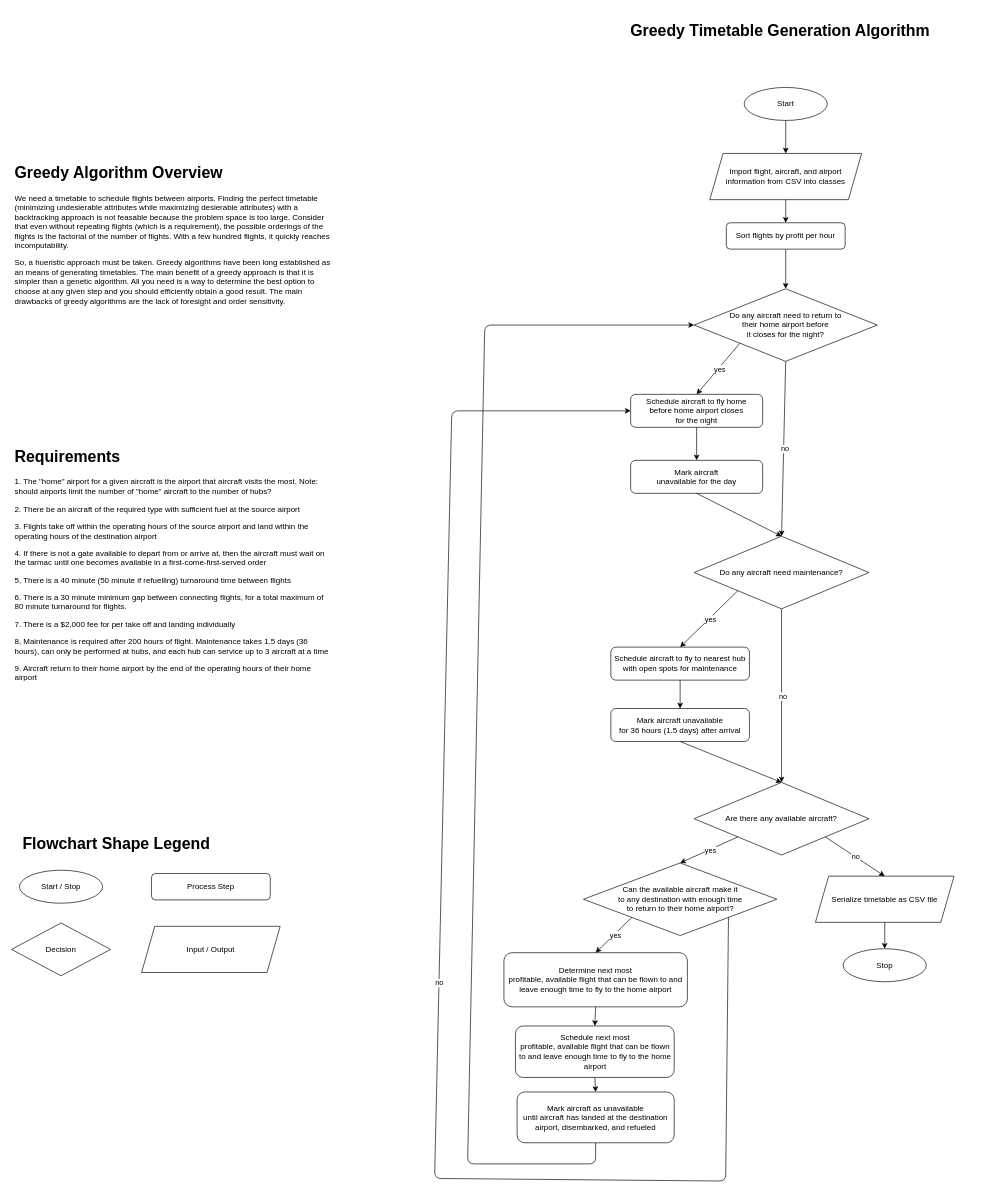
The draw.io diagram docs/diagrams/greedy_algorithm.drawio in CoreyMLawrence/Comfort-Airlines, before the edit. Source tidied: cells renumbered, new cells numbered last; positions are measured from the earlier drawing's top-left corner, leaving out a move shared by most shapes. Both pictures are drawn from the tidied source at 66%, with x=0, y=0 at pixel (11, 18).
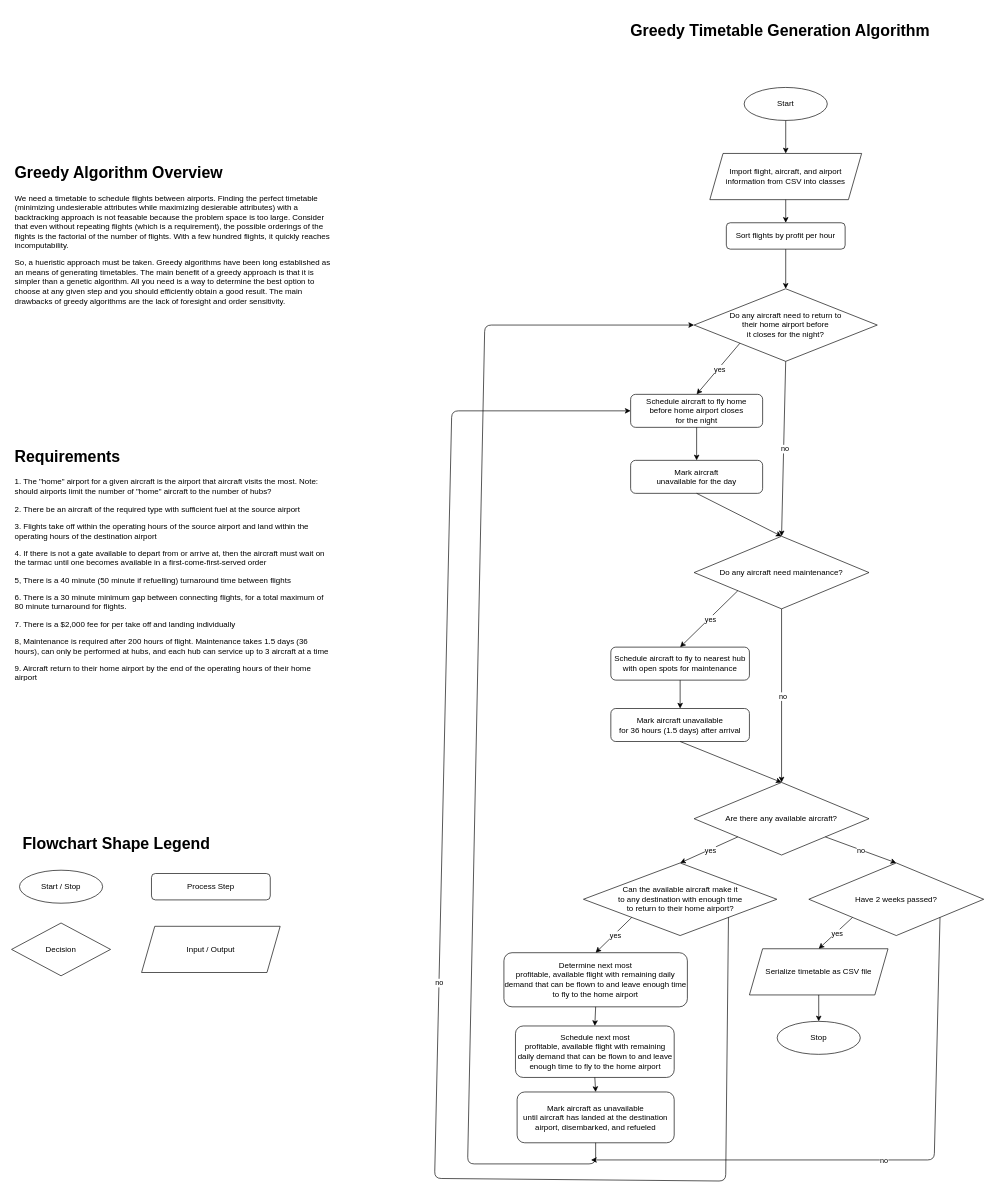
Above is the later version.

Commit message (it also covers changes not shown here):
wrote base algorithm

The change refers to these unchanged cells:
```xml
<mxCell id="13" value="Are there any available aircraft?" style="rhombus;whiteSpace=wrap;html=1;" parent="1" vertex="1">
  <mxGeometry x="1034.2" y="1158" width="265" height="110" as="geometry" />
</mxCell>
```

What changed in the source:
```diff
@@
     <mxCell id="14" value="Serialize timetable as CSV file" style="shape=parallelogram;perimeter=parallelogramPerimeter;whiteSpace=wrap;html=1;fixedSize=1;" parent="1" vertex="1">
-      <mxGeometry x="1218" y="1300" width="210" height="70" as="geometry" />
+      <mxGeometry x="1118" y="1410" width="210" height="70" as="geometry" />
     </mxCell>
     <mxCell id="15" value="Stop" style="ellipse;whiteSpace=wrap;html=1;" parent="1" vertex="1">
-      <mxGeometry x="1260" y="1410" width="126" height="50" as="geometry" />
+      <mxGeometry x="1160" y="1520" width="126" height="50" as="geometry" />
     </mxCell>
@@
-    <mxCell id="17" style="endArrow=classic;html=1;exitX=1;exitY=1;exitDx=0;exitDy=0;entryX=0.5;entryY=0;entryDx=0;entryDy=0;" parent="1" edge="1" source="13" target="14">
+    <mxCell id="17" style="endArrow=classic;html=1;exitX=1;exitY=1;exitDx=0;exitDy=0;entryX=0.5;entryY=0;entryDx=0;entryDy=0;" parent="1" edge="1" source="13" target="53">
       <mxGeometry relative="1" as="geometry" />
     </mxCell>
@@
-    <mxCell id="21" value="Determine next most &lt;br&gt;profitable, available flight that can be flown to and leave enough time to fly to the home airport" style="rounded=1;whiteSpace=wrap;html=1;" parent="1" vertex="1">
+    <mxCell id="21" value="Determine next most &lt;br&gt;profitable, available flight with remaining daily demand that can be flown to and leave enough time to fly to the home airport" style="rounded=1;whiteSpace=wrap;html=1;" parent="1" vertex="1">
       <mxGeometry x="746" y="1416" width="278" height="82" as="geometry" />
     </mxCell>
-    <mxCell id="22" value="Schedule next most&lt;br&gt;profitable, available flight that can be flown to and leave enough time to fly to the home airport" style="rounded=1;whiteSpace=wrap;html=1;" parent="1" vertex="1">
+    <mxCell id="22" value="Schedule next most&lt;br&gt;profitable, available flight with remaining daily demand that can be flown to and leave enough time to fly to the home airport" style="rounded=1;whiteSpace=wrap;html=1;" parent="1" vertex="1">
       <mxGeometry x="763.5" y="1527" width="240.5" height="78" as="geometry" />
     </mxCell>
@@
+    <mxCell id="53" value="Have 2 weeks passed?" style="rhombus;whiteSpace=wrap;html=1;" parent="1" vertex="1">
+      <mxGeometry x="1208" y="1280" width="265" height="110" as="geometry" />
+    </mxCell>
+    <mxCell id="54" style="endArrow=classic;html=1;exitX=0;exitY=1;exitDx=0;exitDy=0;entryX=0.5;entryY=0;entryDx=0;entryDy=0;" parent="1" edge="1" source="53" target="14">
+      <mxGeometry relative="1" as="geometry" />
+    </mxCell>
+    <mxCell id="55" value="yes" style="edgeLabel;html=1;align=center;verticalAlign=middle;" parent="54" vertex="1">
+      <mxGeometry relative="1" as="geometry">
+        <mxPoint x="2" as="offset" />
+      </mxGeometry>
+    </mxCell>
+    <mxCell id="56" style="endArrow=classic;html=1;exitX=1;exitY=1;exitDx=0;exitDy=0;" parent="1" edge="1" source="53">
+      <mxGeometry relative="1" as="geometry">
+        <mxPoint x="878" y="1730" as="targetPoint" />
+        <Array as="points">
+          <mxPoint x="1398" y="1730" />
+        </Array>
+      </mxGeometry>
+    </mxCell>
+    <mxCell id="57" value="no" style="edgeLabel;html=1;align=center;verticalAlign=middle;" parent="56" vertex="1">
+      <mxGeometry relative="1" as="geometry" />
+    </mxCell>
```
